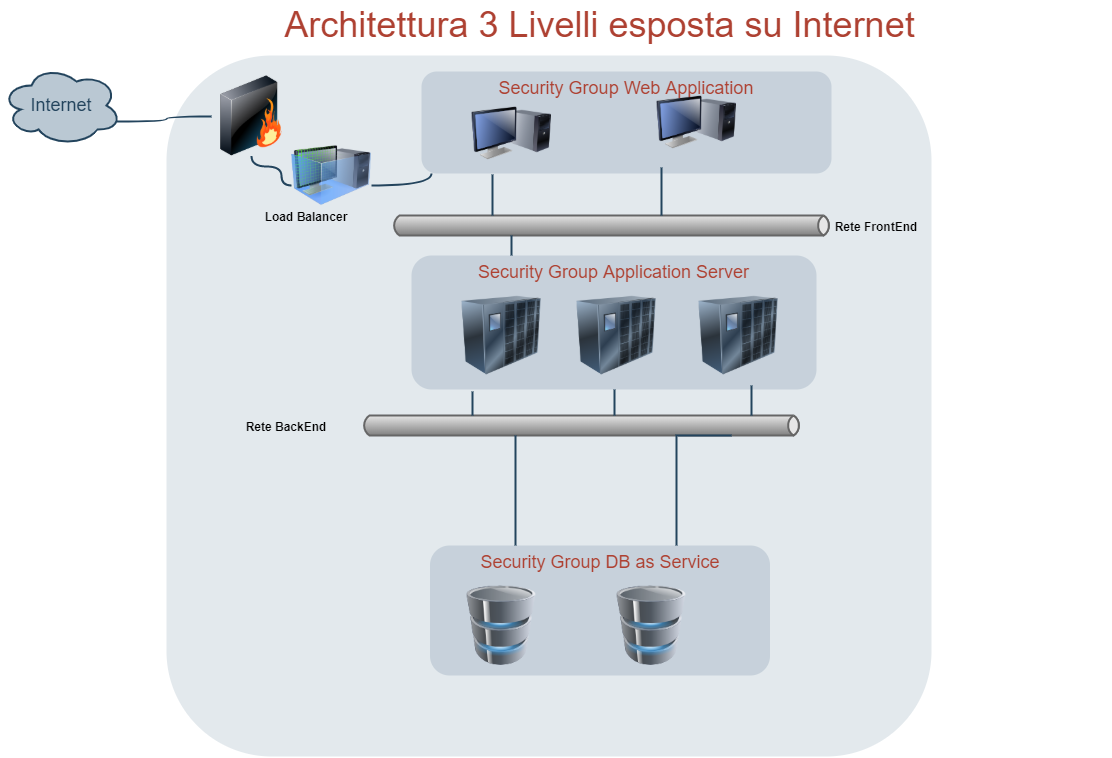
Before: docs/Linee_guida/img/Arch-3-livelli-internet.png, a diagram exported from draw.io (marcopasks/nivola_doc_test_en). Source tidied: cells renumbered, new cells last; positions are measured from the earlier drawing's top-left corner, leaving out a move shared by most shapes.
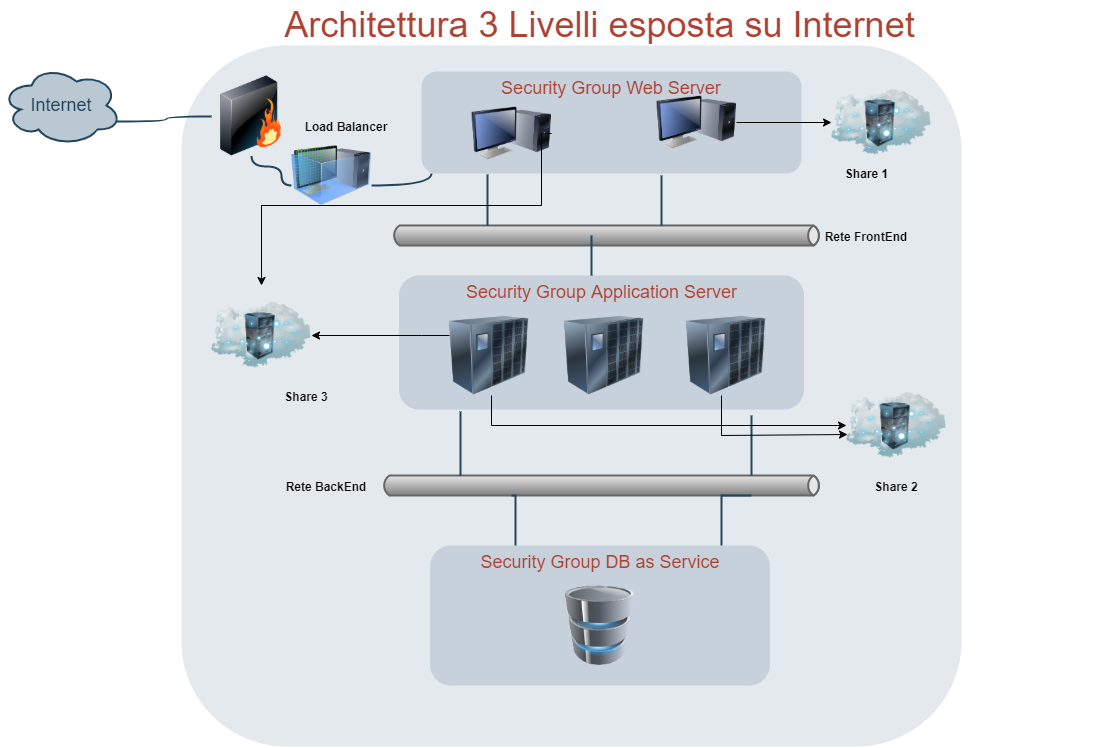
Later version of the same file.

The edit, as a diff of the source:
```diff
@@ -3,25 +3,25 @@
     <mxCell id="0" />
     <mxCell id="1" parent="0" />
     <mxCell id="2" style="rounded=1;whiteSpace=wrap;html=1;shadow=0;strokeColor=none;fillColor=#BAC8D3;gradientColor=none;fontSize=18;fontColor=#F08705;opacity=40;fontStyle=0;strokeWidth=3;" parent="1" vertex="1">
-      <mxGeometry x="165" y="55" width="765" height="701" as="geometry" />
+      <mxGeometry x="180" y="45" width="780" height="701" as="geometry" />
     </mxCell>
-    <mxCell id="3" value="&lt;span&gt;Security Group Web Application&lt;/span&gt;" style="rounded=1;whiteSpace=wrap;html=1;shadow=0;strokeColor=none;fillColor=#BAC8D3;gradientColor=none;fontSize=18;fontColor=#AE4132;verticalAlign=top;opacity=70;fontStyle=0;strokeWidth=3;" parent="1" vertex="1">
-      <mxGeometry x="420" y="71" width="410" height="102" as="geometry" />
+    <mxCell id="3" value="&lt;span&gt;Security Group Web Server&lt;/span&gt;" style="rounded=1;whiteSpace=wrap;html=1;shadow=0;strokeColor=none;fillColor=#BAC8D3;gradientColor=none;fontSize=18;fontColor=#AE4132;verticalAlign=top;opacity=70;fontStyle=0;strokeWidth=3;" parent="1" vertex="1">
+      <mxGeometry x="420" y="71" width="380" height="102" as="geometry" />
     </mxCell>
     <mxCell id="4" value="&lt;span style=&quot;line-height: 17.1818180084229px&quot;&gt;Security Group Application Server&lt;/span&gt;" style="rounded=1;whiteSpace=wrap;html=1;shadow=0;strokeColor=none;fillColor=#BAC8D3;gradientColor=none;fontSize=18;fontColor=#AE4132;verticalAlign=top;fontStyle=0;opacity=70;strokeWidth=3;" parent="1" vertex="1">
-      <mxGeometry x="410" y="255" width="405" height="134" as="geometry" />
+      <mxGeometry x="397.5" y="275" width="405" height="134" as="geometry" />
     </mxCell>
     <mxCell id="5" value="Security Group DB as Service" style="rounded=1;whiteSpace=wrap;html=1;shadow=0;strokeColor=none;fillColor=#BAC8D3;gradientColor=none;fontSize=18;fontColor=#AE4132;verticalAlign=top;fontStyle=0;opacity=70;strokeWidth=3;" parent="1" vertex="1">
-      <mxGeometry x="428.5" y="545" width="340" height="130" as="geometry" />
+      <mxGeometry x="428.5" y="545" width="340" height="140" as="geometry" />
     </mxCell>
     <mxCell id="6" style="strokeWidth=2;strokeColor=#666666;dashed=0;align=center;html=1;fontSize=8;shape=mxgraph.eip.messageChannel;shadow=0;fillColor=#FFFFFF;gradientColor=none;fontColor=#F08705;fontStyle=0;" parent="1" vertex="1">
-      <mxGeometry x="390" y="215" width="440" height="20" as="geometry" />
+      <mxGeometry x="390" y="225" width="430" height="20" as="geometry" />
     </mxCell>
     <mxCell id="7" style="image;html=1;image=img/lib/clip_art/computers/Monitor_Tower_128x128.png;shadow=0;strokeColor=#000000;fillColor=#FFFFFF;gradientColor=none;fontSize=18;fontColor=#F08705;fontStyle=0;" parent="1" vertex="1">
       <mxGeometry x="470" y="93" width="80" height="80" as="geometry" />
     </mxCell>
     <mxCell id="8" style="strokeWidth=2;strokeColor=#666666;dashed=0;align=center;html=1;fontSize=8;shape=mxgraph.eip.messageChannel;shadow=0;fillColor=#FFFFFF;gradientColor=none;fontColor=#F08705;fontStyle=0;" parent="1" vertex="1">
-      <mxGeometry x="360" y="415" width="440" height="20" as="geometry" />
+      <mxGeometry x="380" y="475" width="440" height="20" as="geometry" />
     </mxCell>
     <mxCell id="9" style="edgeStyle=elbowEdgeStyle;strokeWidth=2;rounded=0;endArrow=none;startArrow=none;startSize=10;endSize=10;dashed=0;html=1;strokeColor=#23445D;fontSize=18;fontColor=#F08705;startFill=0;endFill=0;fontStyle=0;exitX=0.173;exitY=1.01;exitDx=0;exitDy=0;exitPerimeter=0;" parent="1" edge="1" source="3" target="6">
       <mxGeometry relative="1" as="geometry" />
@@ -31,14 +31,11 @@
     </mxCell>
     <mxCell id="11" style="edgeStyle=elbowEdgeStyle;strokeWidth=2;rounded=0;endArrow=none;startArrow=none;startSize=10;endSize=10;dashed=0;html=1;strokeColor=#23445D;fontSize=18;fontColor=#F08705;startFill=0;endFill=0;fontStyle=0;" parent="1" edge="1" target="8">
       <mxGeometry relative="1" as="geometry">
-        <mxPoint x="750" y="385" as="sourcePoint" />
-        <Array as="points">
-          <mxPoint x="750" y="400" />
-        </Array>
+        <mxPoint x="750" y="415" as="sourcePoint" />
       </mxGeometry>
     </mxCell>
     <mxCell id="12" style="image;html=1;image=img/lib/clip_art/networking/UPS_128x128.png;shadow=0;strokeColor=#000000;fillColor=#F2F2F2;gradientColor=none;fontSize=18;fontColor=#F08705;fontStyle=0;" parent="1" vertex="1">
-      <mxGeometry x="575" y="295" width="80" height="80" as="geometry" />
+      <mxGeometry x="562.5" y="315" width="80" height="80" as="geometry" />
     </mxCell>
     <mxCell id="13" value="Architettura 3 Livelli esposta su Internet" style="text;html=1;strokeColor=none;fillColor=none;align=center;verticalAlign=middle;whiteSpace=wrap;overflow=hidden;shadow=0;fontSize=36;fontColor=#AE4132;fontStyle=0;" parent="1" vertex="1">
       <mxGeometry x="87" width="1023" height="45" as="geometry" />
@@ -55,23 +52,11 @@
     <mxCell id="16" style="image;html=1;image=img/lib/clip_art/computers/Monitor_Tower_128x128.png;shadow=0;strokeColor=#000000;fillColor=#FFFFFF;gradientColor=none;fontSize=18;fontColor=#F08705;fontStyle=0;" parent="1" vertex="1">
       <mxGeometry x="655" y="82" width="80" height="80" as="geometry" />
     </mxCell>
-    <mxCell id="17" style="edgeStyle=elbowEdgeStyle;strokeWidth=2;rounded=0;endArrow=none;startArrow=none;startSize=10;endSize=10;dashed=0;html=1;strokeColor=#23445D;fontSize=18;fontColor=#F08705;startFill=0;endFill=0;fontStyle=0;" parent="1" edge="1">
+    <mxCell id="17" style="edgeStyle=elbowEdgeStyle;strokeWidth=2;rounded=0;endArrow=none;startArrow=none;startSize=10;endSize=10;dashed=0;html=1;strokeColor=#23445D;fontSize=18;fontColor=#F08705;startFill=0;endFill=0;fontStyle=0;entryX=0;entryY=0;entryDx=270;entryDy=0;entryPerimeter=0;" parent="1" edge="1" target="6">
       <mxGeometry relative="1" as="geometry">
-        <mxPoint x="660" y="167" as="sourcePoint" />
-        <mxPoint x="660" y="215" as="targetPoint" />
-        <Array as="points">
-          <mxPoint x="660" y="175" />
-        </Array>
+        <mxPoint x="660" y="175" as="sourcePoint" />
       </mxGeometry>
     </mxCell>
-    <mxCell id="18" style="edgeStyle=elbowEdgeStyle;strokeWidth=2;rounded=0;endArrow=none;startArrow=none;startSize=10;endSize=10;dashed=0;html=1;strokeColor=#23445D;fontSize=18;fontColor=#F08705;startFill=0;endFill=0;fontStyle=0;exitX=0.5;exitY=1;exitDx=0;exitDy=0;" parent="1" edge="1" source="4">
-      <mxGeometry relative="1" as="geometry">
-        <mxPoint x="613" y="415" as="targetPoint" />
-        <Array as="points">
-          <mxPoint x="613" y="405" />
-        </Array>
-      </mxGeometry>
-    </mxCell>
     <mxCell id="19" value="Internet" style="ellipse;shape=cloud;whiteSpace=wrap;html=1;shadow=0;strokeColor=#23445D;fillColor=#BAC8D3;gradientColor=none;fontSize=18;fontColor=#23445D;gradientDirection=north;fontStyle=0;strokeWidth=2;" parent="1" vertex="1">
       <mxGeometry y="65" width="120" height="80" as="geometry" />
     </mxCell>
@@ -81,7 +66,7 @@
     <mxCell id="21" style="edgeStyle=elbowEdgeStyle;strokeWidth=2;rounded=0;endArrow=none;startArrow=none;startSize=10;endSize=10;dashed=0;html=1;strokeColor=#23445D;fontSize=18;fontColor=#F08705;startFill=0;endFill=0;fontStyle=0;exitX=0;exitY=1;exitDx=370;exitDy=0;exitPerimeter=0;" parent="1" edge="1" source="8" target="5">
       <mxGeometry relative="1" as="geometry">
         <Array as="points">
-          <mxPoint x="675" y="445" />
+          <mxPoint x="720" y="475" />
         </Array>
       </mxGeometry>
     </mxCell>
@@ -98,11 +83,8 @@
       </mxGeometry>
     </mxCell>
     <mxCell id="24" style="image;html=1;labelBackgroundColor=#ffffff;image=img/lib/clip_art/computers/Database_128x128.png;" parent="1" vertex="1">
-      <mxGeometry x="460" y="585" width="80" height="80" as="geometry" />
+      <mxGeometry x="558.5" y="585" width="80" height="80" as="geometry" />
     </mxCell>
-    <mxCell id="25" style="image;html=1;labelBackgroundColor=#ffffff;image=img/lib/clip_art/computers/Database_128x128.png;" parent="1" vertex="1">
-      <mxGeometry x="610" y="585" width="80" height="80" as="geometry" />
-    </mxCell>
     <mxCell id="26" style="image;html=1;labelBackgroundColor=#ffffff;image=img/lib/clip_art/computers/Virtual_Machine_128x128.png;" parent="1" vertex="1">
       <mxGeometry x="290" y="135" width="80" height="80" as="geometry" />
     </mxCell>
@@ -114,32 +96,86 @@
       </mxGeometry>
     </mxCell>
     <mxCell id="28" value="&lt;b&gt;Load Balancer&lt;/b&gt;" style="text;html=1;strokeColor=none;fillColor=none;align=center;verticalAlign=middle;whiteSpace=wrap;rounded=0;" parent="1" vertex="1">
-      <mxGeometry x="260" y="205" width="90" height="20" as="geometry" />
+      <mxGeometry x="300" y="115" width="90" height="20" as="geometry" />
     </mxCell>
     <mxCell id="29" style="edgeStyle=elbowEdgeStyle;strokeWidth=2;rounded=0;endArrow=none;startArrow=none;startSize=10;endSize=10;dashed=0;html=1;strokeColor=#23445D;fontSize=18;fontColor=#F08705;startFill=0;endFill=0;fontStyle=0;" parent="1" edge="1" target="4">
       <mxGeometry relative="1" as="geometry">
-        <mxPoint x="510" y="235" as="sourcePoint" />
+        <mxPoint x="590" y="235" as="sourcePoint" />
+        <Array as="points">
+          <mxPoint x="590" y="245" />
+        </Array>
       </mxGeometry>
     </mxCell>
-    <mxCell id="30" value="&lt;b&gt;Rete FrontEnd&lt;/b&gt;" style="text;html=1;strokeColor=none;fillColor=none;align=center;verticalAlign=middle;whiteSpace=wrap;rounded=0;" parent="1" vertex="1">
-      <mxGeometry x="830" y="215" width="90" height="20" as="geometry" />
-    </mxCell>
     <mxCell id="31" value="&lt;b&gt;Rete BackEnd&lt;/b&gt;" style="text;html=1;strokeColor=none;fillColor=none;align=center;verticalAlign=middle;whiteSpace=wrap;rounded=0;" parent="1" vertex="1">
-      <mxGeometry x="230" y="415" width="110" height="20" as="geometry" />
+      <mxGeometry x="270" y="475" width="110" height="20" as="geometry" />
     </mxCell>
     <mxCell id="32" style="image;html=1;image=img/lib/clip_art/networking/UPS_128x128.png;shadow=0;strokeColor=#000000;fillColor=#F2F2F2;gradientColor=none;fontSize=18;fontColor=#F08705;fontStyle=0;" parent="1" vertex="1">
-      <mxGeometry x="697" y="295" width="80" height="80" as="geometry" />
+      <mxGeometry x="684.5" y="315" width="80" height="80" as="geometry" />
     </mxCell>
     <mxCell id="33" style="image;html=1;image=img/lib/clip_art/networking/UPS_128x128.png;shadow=0;strokeColor=#000000;fillColor=#F2F2F2;gradientColor=none;fontSize=18;fontColor=#F08705;fontStyle=0;" parent="1" vertex="1">
-      <mxGeometry x="460" y="295" width="80" height="80" as="geometry" />
+      <mxGeometry x="447.5" y="315" width="80" height="80" as="geometry" />
     </mxCell>
-    <mxCell id="34" style="edgeStyle=elbowEdgeStyle;strokeWidth=2;rounded=0;endArrow=none;startArrow=none;startSize=10;endSize=10;dashed=0;html=1;strokeColor=#23445D;fontSize=18;fontColor=#F08705;startFill=0;endFill=0;fontStyle=0;entryX=0.25;entryY=0;entryDx=0;entryDy=0;" parent="1" edge="1" target="5">
+    <mxCell id="34" style="edgeStyle=elbowEdgeStyle;strokeWidth=2;rounded=0;endArrow=none;startArrow=none;startSize=10;endSize=10;dashed=0;html=1;strokeColor=#23445D;fontSize=18;fontColor=#F08705;startFill=0;endFill=0;fontStyle=0;entryX=0.25;entryY=0;entryDx=0;entryDy=0;exitX=0;exitY=1;exitDx=130;exitDy=0;exitPerimeter=0;" parent="1" edge="1" source="8" target="5">
       <mxGeometry relative="1" as="geometry">
-        <mxPoint x="514" y="435" as="sourcePoint" />
         <Array as="points">
           <mxPoint x="514" y="495" />
         </Array>
       </mxGeometry>
     </mxCell>
+    <mxCell id="35" value="&lt;b&gt;Share 2&lt;/b&gt;" style="text;html=1;strokeColor=none;fillColor=none;align=center;verticalAlign=middle;whiteSpace=wrap;rounded=0;" parent="1" vertex="1">
+      <mxGeometry x="850" y="475" width="90" height="20" as="geometry" />
+    </mxCell>
+    <mxCell id="36" style="image;html=1;labelBackgroundColor=#ffffff;image=img/lib/clip_art/networking/Cloud_Rack_128x128.png;" parent="1" vertex="1">
+      <mxGeometry x="210" y="285" width="100" height="100" as="geometry" />
+    </mxCell>
+    <mxCell id="37" style="image;html=1;labelBackgroundColor=#ffffff;image=img/lib/clip_art/networking/Cloud_Rack_128x128.png;" parent="1" vertex="1">
+      <mxGeometry x="845" y="375" width="100" height="100" as="geometry" />
+    </mxCell>
+    <mxCell id="38" value="&lt;b&gt;Share 3&lt;/b&gt;" style="text;html=1;strokeColor=none;fillColor=none;align=center;verticalAlign=middle;whiteSpace=wrap;rounded=0;" parent="1" vertex="1">
+      <mxGeometry x="260" y="385" width="90" height="20" as="geometry" />
+    </mxCell>
+    <mxCell id="39" style="edgeStyle=orthogonalEdgeStyle;rounded=0;jettySize=auto;html=1;" parent="1" edge="1" source="33" target="37">
+      <mxGeometry relative="1" as="geometry">
+        <Array as="points">
+          <mxPoint x="490" y="425" />
+        </Array>
+      </mxGeometry>
+    </mxCell>
+    <mxCell id="40" style="image;html=1;labelBackgroundColor=#ffffff;image=img/lib/clip_art/networking/Cloud_Rack_128x128.png;" parent="1" vertex="1">
+      <mxGeometry x="830" y="72" width="100" height="100" as="geometry" />
+    </mxCell>
+    <mxCell id="41" style="edgeStyle=orthogonalEdgeStyle;rounded=0;jettySize=auto;html=1;" parent="1" edge="1" source="16" target="40">
+      <mxGeometry relative="1" as="geometry" />
+    </mxCell>
+    <mxCell id="42" value="&lt;b&gt;Share 1&lt;/b&gt;" style="text;html=1;align=center;verticalAlign=middle;" parent="1" vertex="1">
+      <mxGeometry x="835" y="162" width="60" height="20" as="geometry" />
+    </mxCell>
+    <mxCell id="43" style="edgeStyle=orthogonalEdgeStyle;rounded=0;jettySize=auto;html=1;exitX=1;exitY=0.5;exitDx=0;exitDy=0;" parent="1" edge="1" source="7" target="36">
+      <mxGeometry relative="1" as="geometry">
+        <Array as="points">
+          <mxPoint x="540" y="133" />
+          <mxPoint x="540" y="205" />
+          <mxPoint x="260" y="205" />
+        </Array>
+      </mxGeometry>
+    </mxCell>
+    <mxCell id="44" style="edgeStyle=orthogonalEdgeStyle;rounded=0;jettySize=auto;html=1;entryX=0.01;entryY=0.59;entryDx=0;entryDy=0;entryPerimeter=0;" parent="1" edge="1" source="32" target="37">
+      <mxGeometry relative="1" as="geometry">
+        <Array as="points">
+          <mxPoint x="720" y="435" />
+        </Array>
+      </mxGeometry>
+    </mxCell>
+    <mxCell id="45" style="edgeStyle=orthogonalEdgeStyle;rounded=0;jettySize=auto;html=1;exitX=0;exitY=0.25;exitDx=0;exitDy=0;" parent="1" edge="1" source="33" target="36">
+      <mxGeometry relative="1" as="geometry">
+        <Array as="points">
+          <mxPoint x="420" y="335" />
+          <mxPoint x="420" y="335" />
+        </Array>
+      </mxGeometry>
+    </mxCell>
+    <mxCell id="30" value="&lt;b&gt;Rete FrontEnd&lt;/b&gt;" style="text;html=1;strokeColor=none;fillColor=none;align=center;verticalAlign=middle;whiteSpace=wrap;rounded=0;" parent="1" vertex="1">
+      <mxGeometry x="810" y="225" width="110" height="20" as="geometry" />
+    </mxCell>
   </root>
 </mxGraphModel>
```
